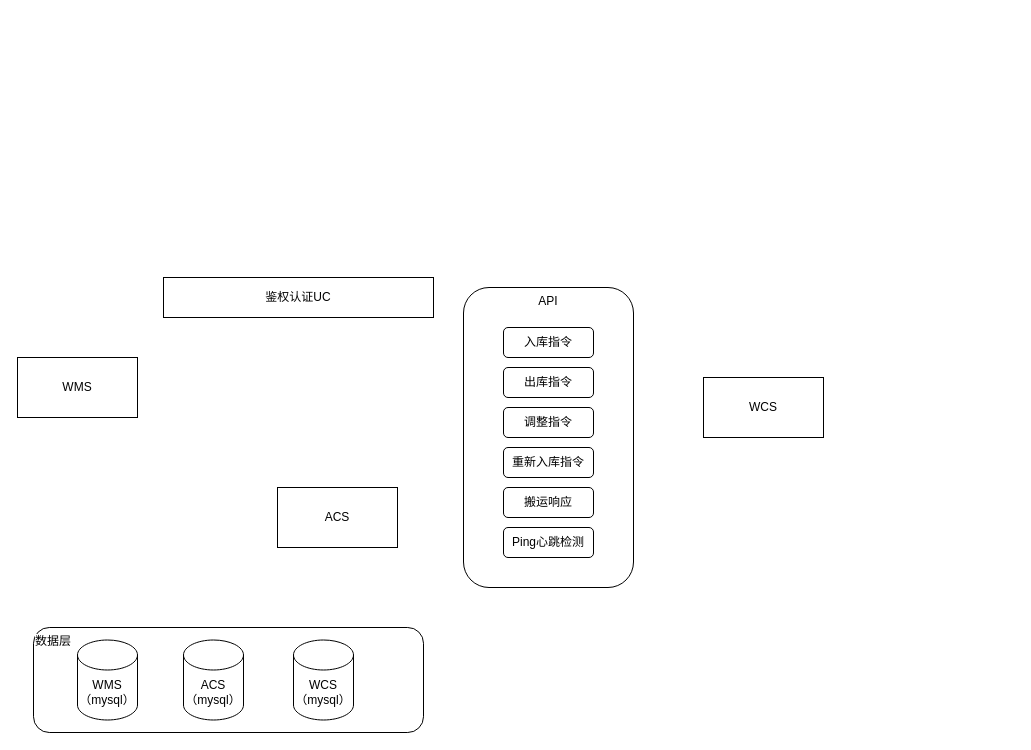
Earlier version of the draw.io diagram page "多穿技术架构" (3 of 3) of diagrams/秒仓库存更新时序图.drawio (dengyulong/PublicStore). Source tidied: cells renumbered, new cells numbered last; positions are measured from the earlier drawing's top-left corner, leaving out a move shared by most shapes. Both pictures are drawn from the tidied source at 100%, with x=0, y=0 at pixel (17, 277).
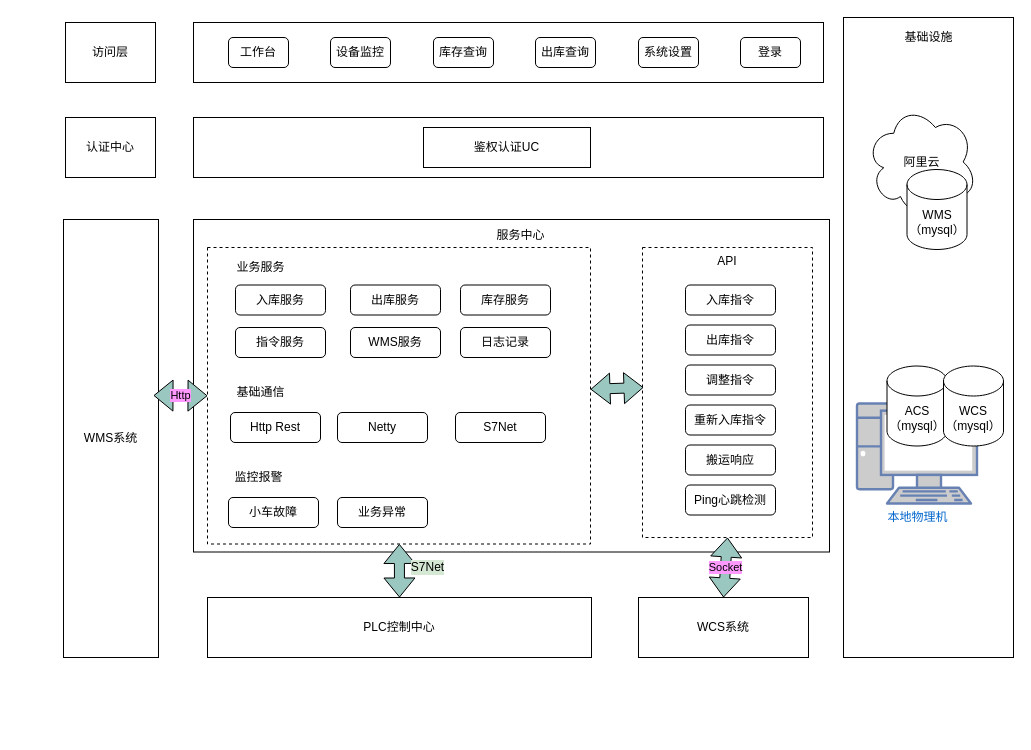
The same page after the edit.

Commit message:
更新秒仓库存更新时序图.drawio

Diff of the diagram source:
```diff
@@
-    <mxCell id="2" value="数据层" style="rounded=1;whiteSpace=wrap;html=1;labelBackgroundColor=#FFFFFF;fontColor=#000000;fillColor=#FFFFFF;verticalAlign=top;align=left;" parent="1" vertex="1">
-      <mxGeometry x="16" y="350" width="390" height="105" as="geometry" />
-    </mxCell>
-    <mxCell id="3" value="WMS" style="rounded=0;whiteSpace=wrap;html=1;labelBackgroundColor=#FFFFFF;" parent="1" vertex="1">
-      <mxGeometry y="80" width="120" height="60" as="geometry" />
-    </mxCell>
+    <mxCell id="18" style="rounded=0;whiteSpace=wrap;html=1;labelBackgroundColor=#D5E8D4;fontColor=#000000;fillColor=#FFFFFF;" parent="1" vertex="1">
+      <mxGeometry x="176" y="-58" width="636" height="332.5" as="geometry" />
+    </mxCell>
+    <mxCell id="19" style="rounded=0;whiteSpace=wrap;html=1;labelBackgroundColor=#FFFFFF;fontColor=#000000;fillColor=#FFFFFF;" parent="1" vertex="1">
+      <mxGeometry x="826" y="-260" width="170" height="640" as="geometry" />
+    </mxCell>
+    <mxCell id="10" value="API" style="rounded=0;whiteSpace=wrap;html=1;labelBackgroundColor=#FFFFFF;fontColor=#000000;fillColor=#FFFFFF;verticalAlign=top;dashed=1;" parent="1" vertex="1">
+      <mxGeometry x="625" y="-30" width="170" height="290" as="geometry" />
+    </mxCell>
+    <mxCell id="20" style="rounded=0;whiteSpace=wrap;html=1;labelBackgroundColor=#FFFFFF;fontColor=#000000;fillColor=#FFFFFF;dashed=1;" parent="1" vertex="1">
+      <mxGeometry x="190" y="-30" width="383" height="296.5" as="geometry" />
+    </mxCell>
+    <mxCell id="21" style="rounded=0;whiteSpace=wrap;html=1;labelBackgroundColor=#FFFFFF;fontColor=#000000;fillColor=#FFFFFF;" parent="1" vertex="1">
+      <mxGeometry x="176" y="-160" width="630" height="60" as="geometry" />
+    </mxCell>
+    <mxCell id="22" style="whiteSpace=wrap;html=1;labelBackgroundColor=#FFFFFF;fontColor=#000000;fillColor=#FFFFFF;" parent="1" vertex="1">
+      <mxGeometry x="176" y="-255" width="630" height="60" as="geometry" />
+    </mxCell>
-    <mxCell id="4" value="ACS" style="rounded=0;whiteSpace=wrap;html=1;labelBackgroundColor=#FFFFFF;" parent="1" vertex="1">
-      <mxGeometry x="260" y="210" width="120" height="60" as="geometry" />
+    <mxCell id="4" value="访问层" style="rounded=0;whiteSpace=wrap;html=1;labelBackgroundColor=#FFFFFF;verticalAlign=middle;align=center;" parent="1" vertex="1">
+      <mxGeometry x="48" y="-255" width="90" height="60" as="geometry" />
     </mxCell>
-    <mxCell id="5" value="WCS" style="rounded=0;whiteSpace=wrap;html=1;labelBackgroundColor=#FFFFFF;" parent="1" vertex="1">
-      <mxGeometry x="686" y="100" width="120" height="60" as="geometry" />
+    <mxCell id="5" value="PLC控制中心" style="rounded=0;whiteSpace=wrap;html=1;labelBackgroundColor=#FFFFFF;" parent="1" vertex="1">
+      <mxGeometry x="190" y="320" width="384" height="60" as="geometry" />
     </mxCell>
-    <mxCell id="6" value="WMS&lt;br&gt;（mysql）" style="shape=cylinder3;whiteSpace=wrap;html=1;boundedLbl=1;backgroundOutline=1;size=15;labelBackgroundColor=#FFFFFF;" parent="1" vertex="1">
-      <mxGeometry x="60" y="362.5" width="60" height="80" as="geometry" />
-    </mxCell>
-    <mxCell id="7" value="ACS&lt;br&gt;（mysql）" style="shape=cylinder3;whiteSpace=wrap;html=1;boundedLbl=1;backgroundOutline=1;size=15;labelBackgroundColor=#FFFFFF;" parent="1" vertex="1">
-      <mxGeometry x="166" y="362.5" width="60" height="80" as="geometry" />
-    </mxCell>
-    <mxCell id="8" value="WCS&lt;br&gt;（mysql）" style="shape=cylinder3;whiteSpace=wrap;html=1;boundedLbl=1;backgroundOutline=1;size=15;labelBackgroundColor=#FFFFFF;" parent="1" vertex="1">
-      <mxGeometry x="276" y="362.5" width="60" height="80" as="geometry" />
-    </mxCell>
     <mxCell id="9" value="鉴权认证UC" style="rounded=0;whiteSpace=wrap;html=1;labelBackgroundColor=#FFFFFF;" parent="1" vertex="1">
-      <mxGeometry x="146" width="270" height="40" as="geometry" />
+      <mxGeometry x="406" y="-150" width="167" height="40" as="geometry" />
     </mxCell>
-    <mxCell id="10" value="API" style="rounded=1;whiteSpace=wrap;html=1;labelBackgroundColor=#FFFFFF;verticalAlign=top;" parent="1" vertex="1">
-      <mxGeometry x="446" y="10" width="170" height="300" as="geometry" />
-    </mxCell>
     <mxCell id="11" value="入库指令" style="rounded=1;whiteSpace=wrap;html=1;labelBackgroundColor=#FFFFFF;fontColor=#000000;fillColor=#FFFFFF;" parent="1" vertex="1">
-      <mxGeometry x="486" y="50" width="90" height="30" as="geometry" />
+      <mxGeometry x="668" y="7.5" width="90" height="30" as="geometry" />
     </mxCell>
     <mxCell id="12" value="出库指令" style="rounded=1;whiteSpace=wrap;html=1;labelBackgroundColor=#FFFFFF;fontColor=#000000;fillColor=#FFFFFF;" parent="1" vertex="1">
-      <mxGeometry x="486" y="90" width="90" height="30" as="geometry" />
+      <mxGeometry x="668" y="47.5" width="90" height="30" as="geometry" />
     </mxCell>
@@
     <mxCell id="14" value="调整指令" style="rounded=1;whiteSpace=wrap;html=1;labelBackgroundColor=#FFFFFF;fontColor=#000000;fillColor=#FFFFFF;" parent="1" vertex="1">
-      <mxGeometry x="486" y="130" width="90" height="30" as="geometry" />
+      <mxGeometry x="668" y="87.5" width="90" height="30" as="geometry" />
     </mxCell>
     <mxCell id="15" value="重新入库指令" style="rounded=1;whiteSpace=wrap;html=1;labelBackgroundColor=#FFFFFF;fontColor=#000000;fillColor=#FFFFFF;" parent="1" vertex="1">
-      <mxGeometry x="486" y="170" width="90" height="30" as="geometry" />
+      <mxGeometry x="668" y="127.5" width="90" height="30" as="geometry" />
     </mxCell>
     <mxCell id="16" value="搬运响应" style="rounded=1;whiteSpace=wrap;html=1;labelBackgroundColor=#FFFFFF;fontColor=#000000;fillColor=#FFFFFF;" parent="1" vertex="1">
-      <mxGeometry x="486" y="210" width="90" height="30" as="geometry" />
+      <mxGeometry x="668" y="167.5" width="90" height="30" as="geometry" />
     </mxCell>
     <mxCell id="17" value="Ping心跳检测" style="rounded=1;whiteSpace=wrap;html=1;labelBackgroundColor=#FFFFFF;fontColor=#000000;fillColor=#FFFFFF;" parent="1" vertex="1">
-      <mxGeometry x="486" y="250" width="90" height="30" as="geometry" />
+      <mxGeometry x="668" y="207.5" width="90" height="30" as="geometry" />
     </mxCell>
+    <mxCell id="23" value="工作台" style="rounded=1;whiteSpace=wrap;html=1;labelBackgroundColor=#FFFFFF;fontColor=#000000;fillColor=#FFFFFF;" parent="1" vertex="1">
+      <mxGeometry x="211" y="-240" width="60" height="30" as="geometry" />
+    </mxCell>
+    <mxCell id="24" value="设备监控" style="rounded=1;whiteSpace=wrap;html=1;labelBackgroundColor=#FFFFFF;fontColor=#000000;fillColor=#FFFFFF;" parent="1" vertex="1">
+      <mxGeometry x="313" y="-240" width="60" height="30" as="geometry" />
+    </mxCell>
+    <mxCell id="25" value="库存查询" style="rounded=1;whiteSpace=wrap;html=1;labelBackgroundColor=#FFFFFF;fontColor=#000000;fillColor=#FFFFFF;" parent="1" vertex="1">
+      <mxGeometry x="416" y="-240" width="60" height="30" as="geometry" />
+    </mxCell>
+    <mxCell id="26" value="出库查询" style="rounded=1;whiteSpace=wrap;html=1;labelBackgroundColor=#FFFFFF;fontColor=#000000;fillColor=#FFFFFF;" parent="1" vertex="1">
+      <mxGeometry x="518" y="-240" width="60" height="30" as="geometry" />
+    </mxCell>
+    <mxCell id="27" value="系统设置" style="rounded=1;whiteSpace=wrap;html=1;labelBackgroundColor=#FFFFFF;fontColor=#000000;fillColor=#FFFFFF;" parent="1" vertex="1">
+      <mxGeometry x="621" y="-240" width="60" height="30" as="geometry" />
+    </mxCell>
+    <mxCell id="28" value="登录" style="rounded=1;whiteSpace=wrap;html=1;labelBackgroundColor=#FFFFFF;fontColor=#000000;fillColor=#FFFFFF;" parent="1" vertex="1">
+      <mxGeometry x="723" y="-240" width="60" height="30" as="geometry" />
+    </mxCell>
+    <mxCell id="29" value="业务服务" style="text;html=1;align=center;verticalAlign=middle;strokeColor=none;fillColor=none;fontColor=#000000;" parent="1" vertex="1">
+      <mxGeometry x="213" y="-20" width="60" height="20" as="geometry" />
+    </mxCell>
+    <mxCell id="30" value="基础通信" style="text;html=1;align=center;verticalAlign=middle;strokeColor=none;fillColor=none;fontColor=#000000;" parent="1" vertex="1">
+      <mxGeometry x="213" y="105" width="60" height="20" as="geometry" />
+    </mxCell>
+    <mxCell id="31" value="入库服务" style="rounded=1;whiteSpace=wrap;html=1;labelBackgroundColor=#FFFFFF;fontColor=#000000;fillColor=#FFFFFF;" parent="1" vertex="1">
+      <mxGeometry x="218" y="7.5" width="90" height="30" as="geometry" />
+    </mxCell>
+    <mxCell id="32" value="出库服务" style="rounded=1;whiteSpace=wrap;html=1;labelBackgroundColor=#FFFFFF;fontColor=#000000;fillColor=#FFFFFF;" parent="1" vertex="1">
+      <mxGeometry x="333" y="7.5" width="90" height="30" as="geometry" />
+    </mxCell>
+    <mxCell id="33" value="WMS服务" style="rounded=1;whiteSpace=wrap;html=1;labelBackgroundColor=#FFFFFF;fontColor=#000000;fillColor=#FFFFFF;" parent="1" vertex="1">
+      <mxGeometry x="333" y="50" width="90" height="30" as="geometry" />
+    </mxCell>
+    <mxCell id="34" value="Http Rest" style="rounded=1;whiteSpace=wrap;html=1;labelBackgroundColor=#FFFFFF;fontColor=#000000;fillColor=#FFFFFF;" parent="1" vertex="1">
+      <mxGeometry x="213" y="135" width="90" height="30" as="geometry" />
+    </mxCell>
+    <mxCell id="35" value="Netty" style="rounded=1;whiteSpace=wrap;html=1;labelBackgroundColor=#FFFFFF;fontColor=#000000;fillColor=#FFFFFF;" parent="1" vertex="1">
+      <mxGeometry x="320" y="135" width="90" height="30" as="geometry" />
+    </mxCell>
+    <mxCell id="36" value="阿里云" style="ellipse;shape=cloud;whiteSpace=wrap;html=1;labelBackgroundColor=#FFFFFF;fontColor=#000000;fillColor=#FFFFFF;" parent="1" vertex="1">
+      <mxGeometry x="848.5" y="-173" width="111" height="115" as="geometry" />
+    </mxCell>
+    <mxCell id="6" value="WMS&lt;br&gt;（mysql）" style="shape=cylinder3;whiteSpace=wrap;html=1;boundedLbl=1;backgroundOutline=1;size=15;labelBackgroundColor=#FFFFFF;" parent="1" vertex="1">
+      <mxGeometry x="889.5" y="-108" width="60" height="80" as="geometry" />
+    </mxCell>
+    <mxCell id="37" value="本地物理机" style="fontColor=#0066CC;verticalAlign=top;verticalLabelPosition=bottom;labelPosition=center;align=center;html=1;fillColor=#CCCCCC;strokeColor=#6881B3;gradientColor=none;gradientDirection=north;strokeWidth=2;shape=mxgraph.networks.pc;labelBackgroundColor=#FFFFFF;" parent="1" vertex="1">
+      <mxGeometry x="839.5" y="126" width="120" height="100" as="geometry" />
+    </mxCell>
+    <mxCell id="7" value="ACS&lt;br&gt;（mysql）" style="shape=cylinder3;whiteSpace=wrap;html=1;boundedLbl=1;backgroundOutline=1;size=15;labelBackgroundColor=#FFFFFF;" parent="1" vertex="1">
+      <mxGeometry x="869.5" y="88.5" width="60" height="80" as="geometry" />
+    </mxCell>
+    <mxCell id="8" value="WCS&lt;br&gt;（mysql）" style="shape=cylinder3;whiteSpace=wrap;html=1;boundedLbl=1;backgroundOutline=1;size=15;labelBackgroundColor=#FFFFFF;" parent="1" vertex="1">
+      <mxGeometry x="926" y="88.5" width="60" height="80" as="geometry" />
+    </mxCell>
+    <mxCell id="38" value="基础设施" style="text;html=1;align=center;verticalAlign=middle;strokeColor=none;fillColor=none;fontColor=#000000;" parent="1" vertex="1">
+      <mxGeometry x="881" y="-250" width="60" height="20" as="geometry" />
+    </mxCell>
+    <mxCell id="39" value="S7Net" style="rounded=1;whiteSpace=wrap;html=1;labelBackgroundColor=#FFFFFF;fontColor=#000000;fillColor=#FFFFFF;" parent="1" vertex="1">
+      <mxGeometry x="438" y="135" width="90" height="30" as="geometry" />
+    </mxCell>
+    <mxCell id="40" value="监控报警" style="text;html=1;align=center;verticalAlign=middle;strokeColor=none;fillColor=none;fontColor=#000000;" parent="1" vertex="1">
+      <mxGeometry x="211" y="190" width="60" height="20" as="geometry" />
+    </mxCell>
+    <mxCell id="41" value="小车故障" style="rounded=1;whiteSpace=wrap;html=1;labelBackgroundColor=#FFFFFF;fontColor=#000000;fillColor=#FFFFFF;" parent="1" vertex="1">
+      <mxGeometry x="211" y="220" width="90" height="30" as="geometry" />
+    </mxCell>
+    <mxCell id="42" value="业务异常" style="rounded=1;whiteSpace=wrap;html=1;labelBackgroundColor=#FFFFFF;fontColor=#000000;fillColor=#FFFFFF;" parent="1" vertex="1">
+      <mxGeometry x="320" y="220" width="90" height="30" as="geometry" />
+    </mxCell>
+    <mxCell id="43" value="库存服务" style="rounded=1;whiteSpace=wrap;html=1;labelBackgroundColor=#FFFFFF;fontColor=#000000;fillColor=#FFFFFF;" parent="1" vertex="1">
+      <mxGeometry x="443" y="7.5" width="90" height="30" as="geometry" />
+    </mxCell>
+    <mxCell id="44" value="指令服务" style="rounded=1;whiteSpace=wrap;html=1;labelBackgroundColor=#FFFFFF;fontColor=#000000;fillColor=#FFFFFF;" parent="1" vertex="1">
+      <mxGeometry x="218" y="50" width="90" height="30" as="geometry" />
+    </mxCell>
+    <mxCell id="45" value="日志记录" style="rounded=1;whiteSpace=wrap;html=1;labelBackgroundColor=#FFFFFF;fontColor=#000000;fillColor=#FFFFFF;" parent="1" vertex="1">
+      <mxGeometry x="443" y="50" width="90" height="30" as="geometry" />
+    </mxCell>
+    <mxCell id="46" value="服务中心" style="text;html=1;align=center;verticalAlign=middle;strokeColor=none;fillColor=none;fontColor=#000000;" parent="1" vertex="1">
+      <mxGeometry x="473" y="-52.5" width="60" height="20" as="geometry" />
+    </mxCell>
+    <mxCell id="47" value="WCS系统" style="rounded=0;whiteSpace=wrap;html=1;labelBackgroundColor=#FFFFFF;fontColor=#000000;fillColor=#FFFFFF;" parent="1" vertex="1">
+      <mxGeometry x="621" y="320" width="170" height="60" as="geometry" />
+    </mxCell>
+    <mxCell id="48" value="WMS系统" style="whiteSpace=wrap;html=1;labelBackgroundColor=#FFFFFF;fontColor=#000000;fillColor=#FFFFFF;" parent="1" vertex="1">
+      <mxGeometry x="46" y="-58" width="95" height="438" as="geometry" />
+    </mxCell>
+    <mxCell id="49" style="shape=flexArrow;endArrow=classic;startArrow=classic;html=1;rounded=0;labelBackgroundColor=#FF99FF;sketch=0;fontColor=#000000;fillColor=#9AC7BF;exitX=0.5;exitY=0;exitDx=0;exitDy=0;" parent="1" edge="1" source="5" target="20">
+      <mxGeometry relative="1" as="geometry" />
+    </mxCell>
+    <mxCell id="50" value="&lt;span style=&quot;font-size: 12px&quot;&gt;S7Net&lt;/span&gt;" style="edgeLabel;html=1;align=center;verticalAlign=middle;fontColor=#000000;labelBackgroundColor=#D5E8D4;" parent="49" vertex="1">
+      <mxGeometry x="0.37" y="-9" relative="1" as="geometry">
+        <mxPoint x="19" y="7" as="offset" />
+      </mxGeometry>
+    </mxCell>
+    <mxCell id="51" value="Socket" style="shape=flexArrow;endArrow=classic;startArrow=classic;html=1;rounded=0;labelBackgroundColor=#FF99FF;sketch=0;fontColor=#000000;fillColor=#9AC7BF;entryX=0.5;entryY=1;entryDx=0;entryDy=0;exitX=0.5;exitY=0;exitDx=0;exitDy=0;" parent="1" edge="1" source="47" target="10">
+      <mxGeometry relative="1" as="geometry" />
+    </mxCell>
+    <mxCell id="52" value="Http" style="shape=flexArrow;endArrow=classic;startArrow=classic;html=1;rounded=0;labelBackgroundColor=#FF99FF;sketch=0;fontColor=#000000;startSize=6;endSize=6;strokeWidth=1;fillColor=#9AC7BF;entryX=0;entryY=0.5;entryDx=0;entryDy=0;" parent="1" edge="1" target="20">
+      <mxGeometry relative="1" as="geometry">
+        <mxPoint x="136" y="118" as="sourcePoint" />
+      </mxGeometry>
+    </mxCell>
+    <mxCell id="53" style="shape=flexArrow;endArrow=classic;startArrow=classic;html=1;rounded=0;labelBackgroundColor=#FF99FF;sketch=0;fontColor=#000000;startSize=6;endSize=6;strokeWidth=1;fillColor=#9AC7BF;" parent="1" edge="1" source="20">
+      <mxGeometry relative="1" as="geometry">
+        <mxPoint x="626" y="110" as="targetPoint" />
+      </mxGeometry>
+    </mxCell>
+    <mxCell id="54" value="认证中心" style="rounded=0;whiteSpace=wrap;html=1;labelBackgroundColor=#FFFFFF;verticalAlign=middle;align=center;" parent="1" vertex="1">
+      <mxGeometry x="48" y="-160" width="90" height="60" as="geometry" />
+    </mxCell>
```
